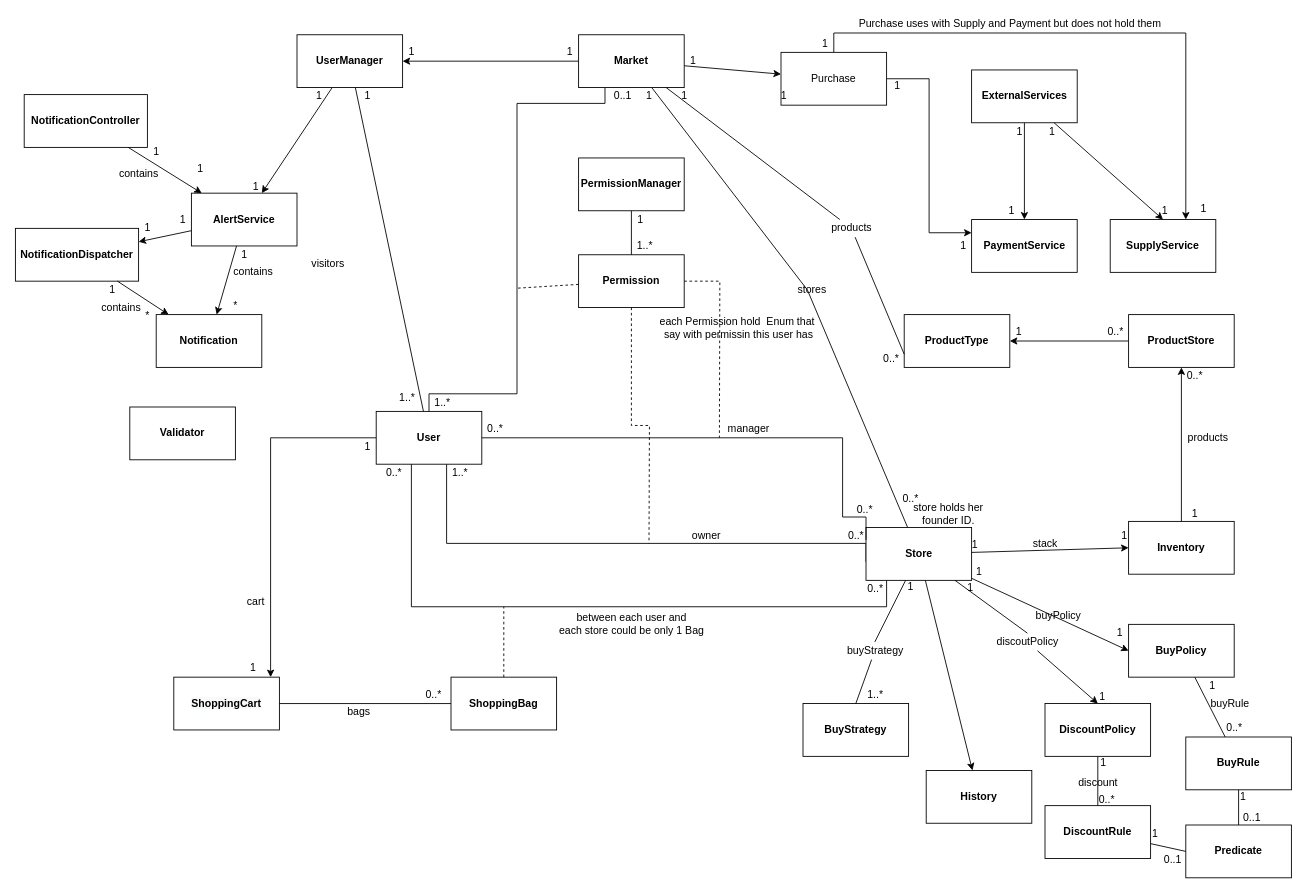
Sadna-Market/Market keeps this draw.io diagram as Files/version 2 - files/white diagram.drawio. Above is the earlier version. Source tidied: cells renumbered, new cells numbered last; positions are measured from the earlier drawing's top-left corner, leaving out a move shared by most shapes. Both pictures are drawn from the tidied source at 88%, with x=0, y=0 at pixel (15, 15).
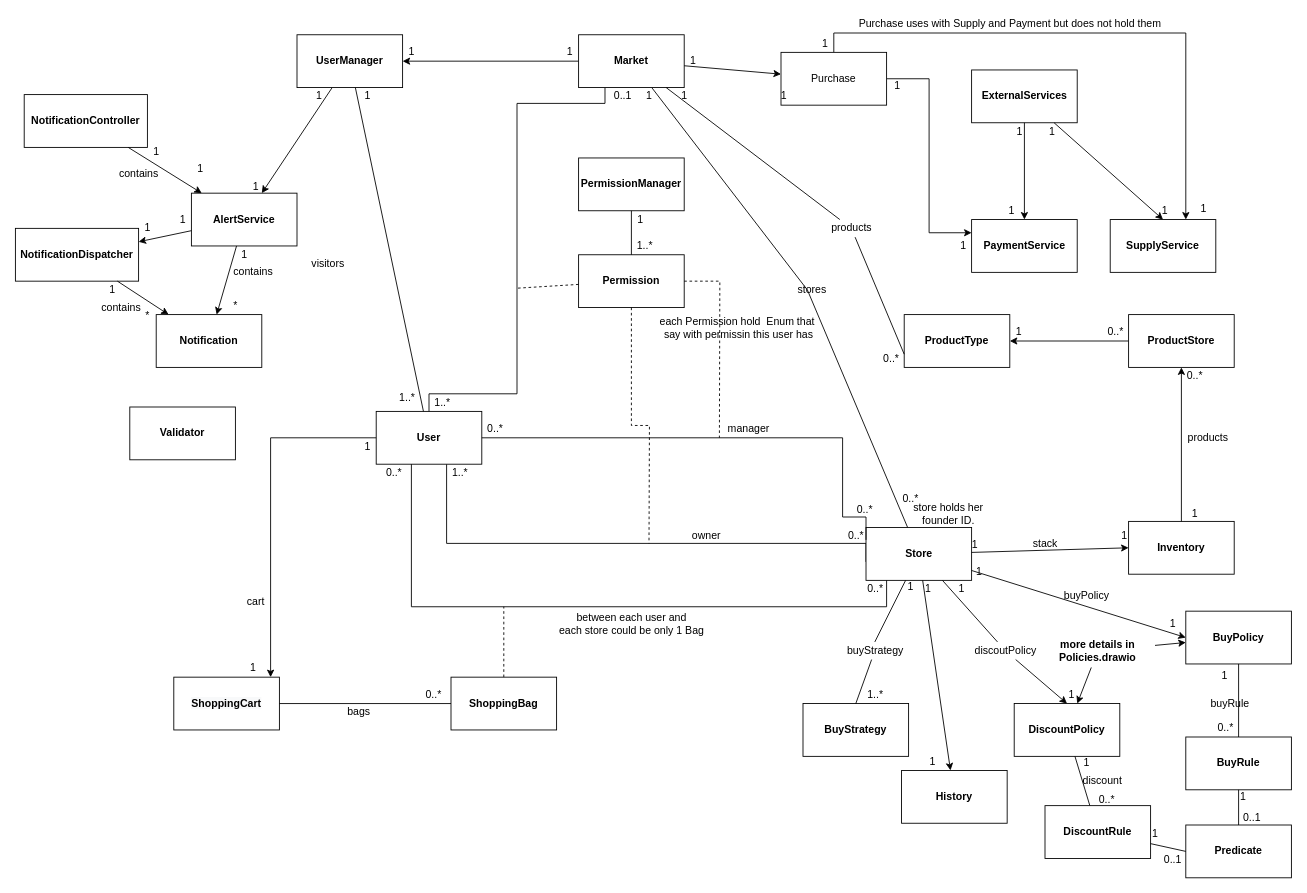
The same diagram, later.

Unchanged cells that the change refers to:
```xml
<mxCell id="11" value="&lt;span style=&quot;font-weight: 700&quot;&gt;Store&lt;/span&gt;" style="rounded=0;whiteSpace=wrap;html=1;" parent="1" vertex="1">
  <mxGeometry x="966.6" y="582" width="120" height="60" as="geometry" />
</mxCell>
```

Diff of the diagram source:
```diff
@@
     <mxCell id="46" value="&lt;span style=&quot;font-weight: 700&quot;&gt;History&lt;/span&gt;" style="rounded=0;whiteSpace=wrap;html=1;" parent="1" vertex="1">
-      <mxGeometry x="1035" y="858" width="120" height="60" as="geometry" />
+      <mxGeometry x="1007" y="858" width="120" height="60" as="geometry" />
     </mxCell>
     <mxCell id="47" value="&lt;span style=&quot;font-weight: 700&quot;&gt;DiscountPolicy&lt;/span&gt;" style="rounded=0;whiteSpace=wrap;html=1;" parent="1" vertex="1">
-      <mxGeometry x="1170" y="782" width="120" height="60" as="geometry" />
+      <mxGeometry x="1135" y="782" width="120" height="60" as="geometry" />
     </mxCell>
     <mxCell id="48" value="1" style="text;html=1;align=center;verticalAlign=middle;strokeColor=none;fillColor=none;" parent="1" vertex="1">
-      <mxGeometry x="1075" y="641" width="20" height="20" as="geometry" />
+      <mxGeometry x="1065" y="642" width="20" height="20" as="geometry" />
     </mxCell>
     <mxCell id="49" value="1" style="text;html=1;align=center;verticalAlign=middle;strokeColor=none;fillColor=none;" parent="1" vertex="1">
-      <mxGeometry x="1225" y="765" width="20" height="20" as="geometry" />
+      <mxGeometry x="1190" y="762" width="20" height="20" as="geometry" />
     </mxCell>
@@
     <mxCell id="53" value="1" style="text;html=1;align=center;verticalAlign=middle;strokeColor=none;fillColor=none;" parent="1" vertex="1">
-      <mxGeometry x="1226" y="840" width="20" height="20" as="geometry" />
+      <mxGeometry x="1206.6" y="840" width="20" height="20" as="geometry" />
     </mxCell>
     <mxCell id="54" value="discount" style="text;html=1;align=center;verticalAlign=middle;strokeColor=none;fillColor=none;" parent="1" vertex="1">
-      <mxGeometry x="1200" y="862" width="60" height="20" as="geometry" />
+      <mxGeometry x="1205" y="860" width="60" height="20" as="geometry" />
     </mxCell>
@@
     <mxCell id="61" value="discoutPolicy" style="text;html=1;align=center;verticalAlign=middle;points=[];strokeColor=none;fillColor=none;" parent="1" vertex="1">
-      <mxGeometry x="1105" y="702" width="90" height="20" as="geometry" />
+      <mxGeometry x="1080" y="712" width="90" height="20" as="geometry" />
     </mxCell>
-    <mxCell id="62" style="edgeStyle=none;rounded=0;jettySize=auto;html=1;entryX=0.5;entryY=0;entryDx=0;entryDy=0;endArrow=none;endFill=1;elbow=vertical;" parent="1" edge="1" source="11" target="61">
+    <mxCell id="62" style="edgeStyle=none;rounded=0;jettySize=auto;html=1;endArrow=none;endFill=1;elbow=vertical;" parent="1" edge="1" source="11" target="61">
       <mxGeometry relative="1" as="geometry" />
     </mxCell>
     <mxCell id="63" value="&lt;span style=&quot;font-weight: 700&quot;&gt;BuyPolicy&lt;/span&gt;" style="rounded=0;whiteSpace=wrap;html=1;" parent="1" vertex="1">
-      <mxGeometry x="1265" y="692" width="120" height="60" as="geometry" />
+      <mxGeometry x="1330" y="677" width="120" height="60" as="geometry" />
     </mxCell>
     <mxCell id="64" value="1" style="text;html=1;align=center;verticalAlign=middle;strokeColor=none;fillColor=none;" parent="1" vertex="1">
-      <mxGeometry x="1245" y="692" width="20" height="20" as="geometry" />
+      <mxGeometry x="1305" y="682" width="20" height="20" as="geometry" />
     </mxCell>
@@
     <mxCell id="66" value="buyPolicy" style="text;html=1;align=center;verticalAlign=middle;strokeColor=none;fillColor=none;" parent="1" vertex="1">
-      <mxGeometry x="1150" y="672" width="70" height="20" as="geometry" />
+      <mxGeometry x="1181.6" y="650" width="70" height="20" as="geometry" />
     </mxCell>
@@
     <mxCell id="140" value="1" style="text;html=1;align=center;verticalAlign=middle;strokeColor=none;fillColor=none;" parent="1" vertex="1">
-      <mxGeometry x="1350" y="752" width="20" height="20" as="geometry" />
+      <mxGeometry x="1364.1" y="741" width="20" height="20" as="geometry" />
     </mxCell>
     <mxCell id="141" value="0..*" style="text;html=1;align=center;verticalAlign=middle;strokeColor=none;fillColor=none;" parent="1" vertex="1">
-      <mxGeometry x="1370" y="800" width="30" height="20" as="geometry" />
+      <mxGeometry x="1360" y="800" width="30" height="20" as="geometry" />
     </mxCell>
@@
+    <mxCell id="150" value="&lt;b&gt;more details in&lt;br&gt;Policies.drawio&lt;/b&gt;" style="text;html=1;strokeColor=none;fillColor=none;align=center;verticalAlign=middle;whiteSpace=wrap;rounded=0;" parent="1" vertex="1">
+      <mxGeometry x="1165" y="703" width="130" height="38" as="geometry" />
+    </mxCell>
+    <mxCell id="151" value="1" style="text;html=1;align=center;verticalAlign=middle;strokeColor=none;fillColor=none;" parent="1" vertex="1">
+      <mxGeometry x="1032" y="838" width="20" height="20" as="geometry" />
+    </mxCell>
+    <mxCell id="152" value="1" style="text;html=1;align=center;verticalAlign=middle;strokeColor=none;fillColor=none;" parent="1" vertex="1">
+      <mxGeometry x="1027" y="642" width="20" height="20" as="geometry" />
+    </mxCell>
+    <mxCell id="153" style="endArrow=classic;html=1;" parent="1" edge="1" source="150" target="63">
+      <mxGeometry relative="1" as="geometry" />
+    </mxCell>
+    <mxCell id="154" style="endArrow=classic;html=1;" parent="1" edge="1" source="150" target="47">
+      <mxGeometry relative="1" as="geometry" />
+    </mxCell>
```
